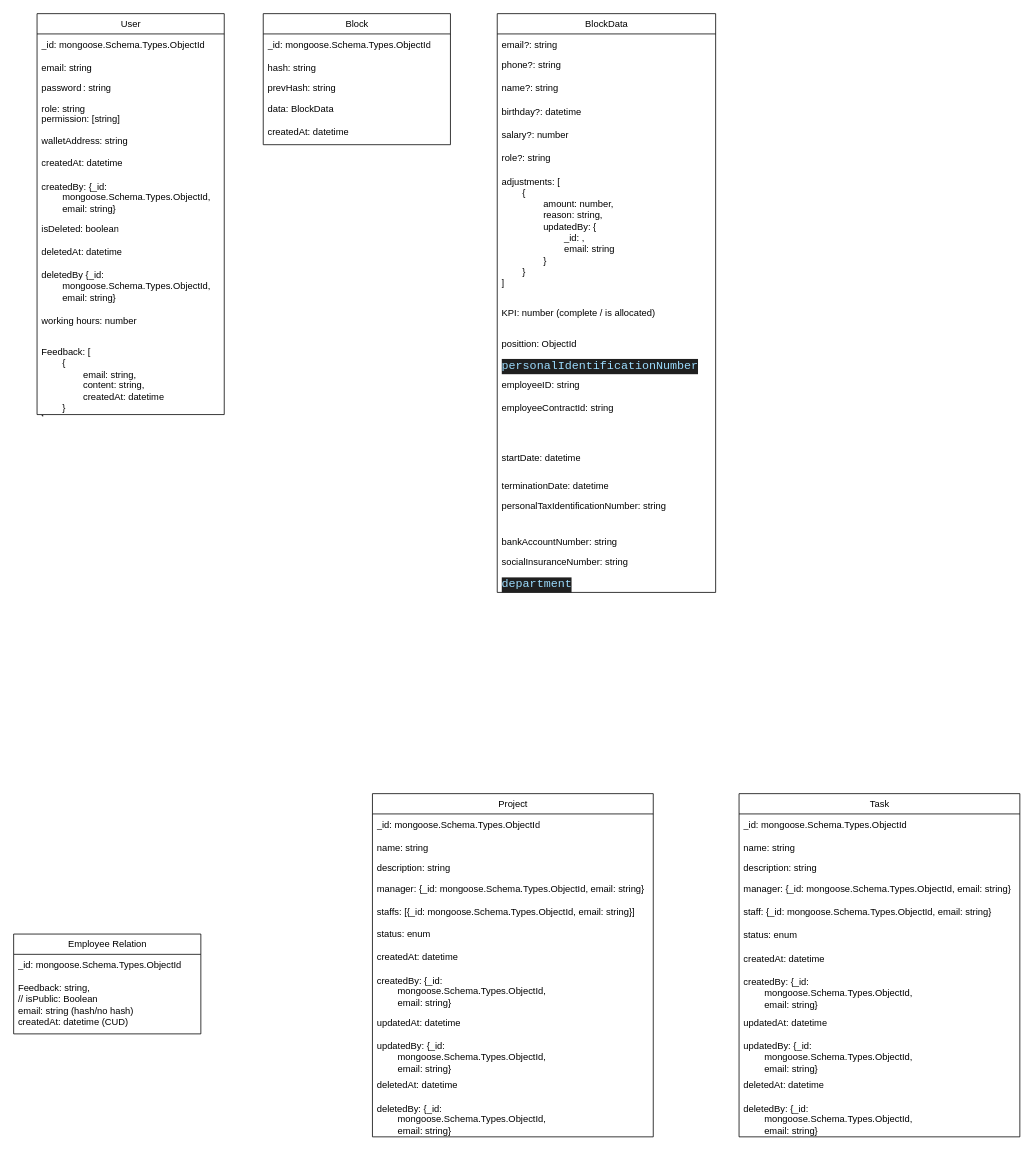
trandinh0506/CoreChainServer keeps this draw.io diagram as Models/database-model.drawio. Above is the earlier version. Source tidied: cells renumbered, new cells numbered last; positions are measured from the earlier drawing's top-left corner, leaving out a move shared by most shapes. Both pictures are drawn from the tidied source at 78%, with x=0, y=0 at pixel (13, 13).
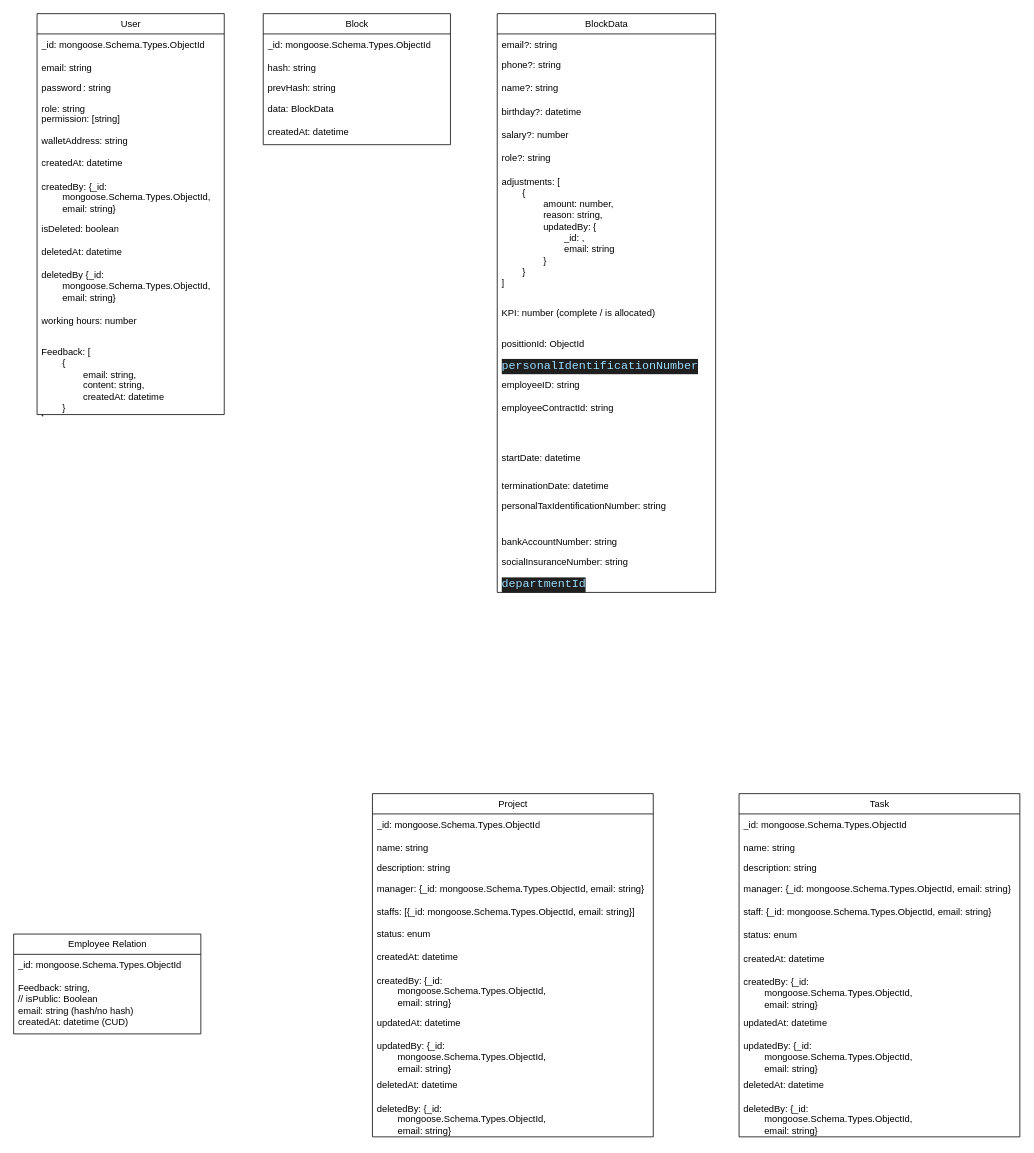
Above is the later version.

The change refers to these unchanged cells:
```xml
<mxCell id="20" value="BlockData" style="swimlane;fontStyle=0;horizontal=1;startSize=26;fillColor=none;html=1;" parent="1" vertex="1">
  <mxGeometry x="620" width="280" height="742" as="geometry" />
</mxCell>
```

Change to the diagram source:
```diff
@@
-    <mxCell id="29" value="posittion: ObjectId" style="text;strokeColor=none;fillColor=none;align=left;verticalAlign=top;spacingLeft=4;spacingRight=4;overflow=hidden;whiteSpace=wrap;html=1;" parent="20" vertex="1">
+    <mxCell id="29" value="posittionId: ObjectId" style="text;strokeColor=none;fillColor=none;align=left;verticalAlign=top;spacingLeft=4;spacingRight=4;overflow=hidden;whiteSpace=wrap;html=1;" parent="20" vertex="1">
       <mxGeometry y="410" width="280" height="26" as="geometry" />
     </mxCell>
@@
-    <mxCell id="39" value="&lt;div style=&quot;color: rgb(204, 204, 204); background-color: rgb(31, 31, 31); font-family: Consolas, &amp;quot;Courier New&amp;quot;, monospace; font-size: 15px; line-height: 20px; white-space: pre;&quot;&gt;&lt;span style=&quot;color: #9cdcfe;&quot;&gt;department&lt;/span&gt;&lt;/div&gt;" style="text;strokeColor=none;fillColor=none;align=left;verticalAlign=top;spacingLeft=4;spacingRight=4;overflow=hidden;whiteSpace=wrap;html=1;" parent="20" vertex="1">
+    <mxCell id="39" value="&lt;div style=&quot;color: rgb(204, 204, 204); background-color: rgb(31, 31, 31); font-family: Consolas, &amp;quot;Courier New&amp;quot;, monospace; font-size: 15px; line-height: 20px; white-space: pre;&quot;&gt;&lt;span style=&quot;color: rgb(156, 220, 254);&quot;&gt;departmentId&lt;/span&gt;&lt;/div&gt;" style="text;strokeColor=none;fillColor=none;align=left;verticalAlign=top;spacingLeft=4;spacingRight=4;overflow=hidden;whiteSpace=wrap;html=1;" parent="20" vertex="1">
       <mxGeometry y="716" width="280" height="26" as="geometry" />
     </mxCell>
```
